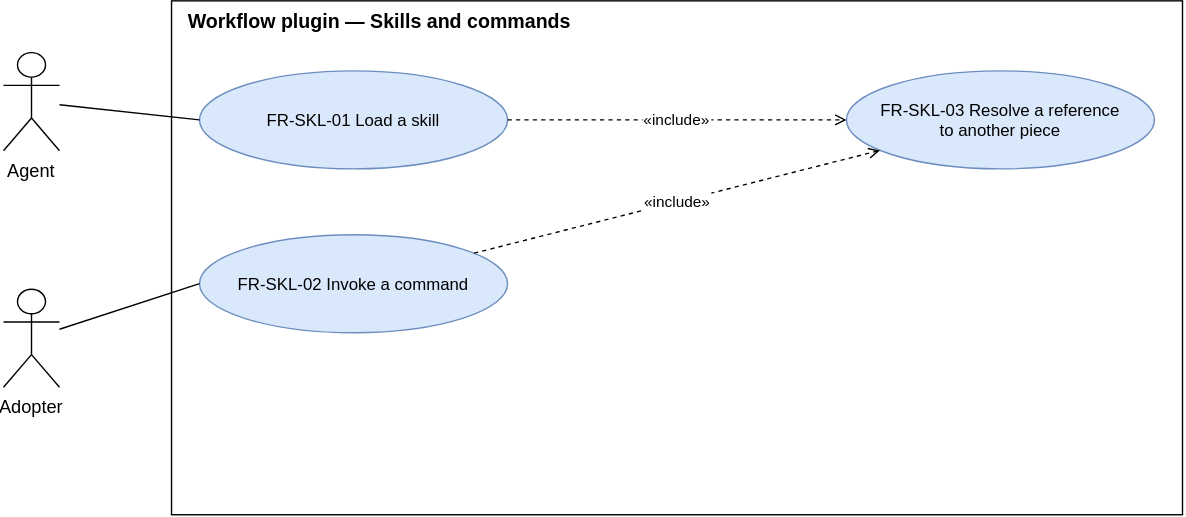
This is docs/requirements/diagrams/use-cases-skills.drawio.svg from ATNexusLab/tightship, a draw.io export, as it was before one commit. Source tidied: cells renumbered, new cells last; positions are measured from the earlier drawing's top-left corner, leaving out a move shared by most shapes.
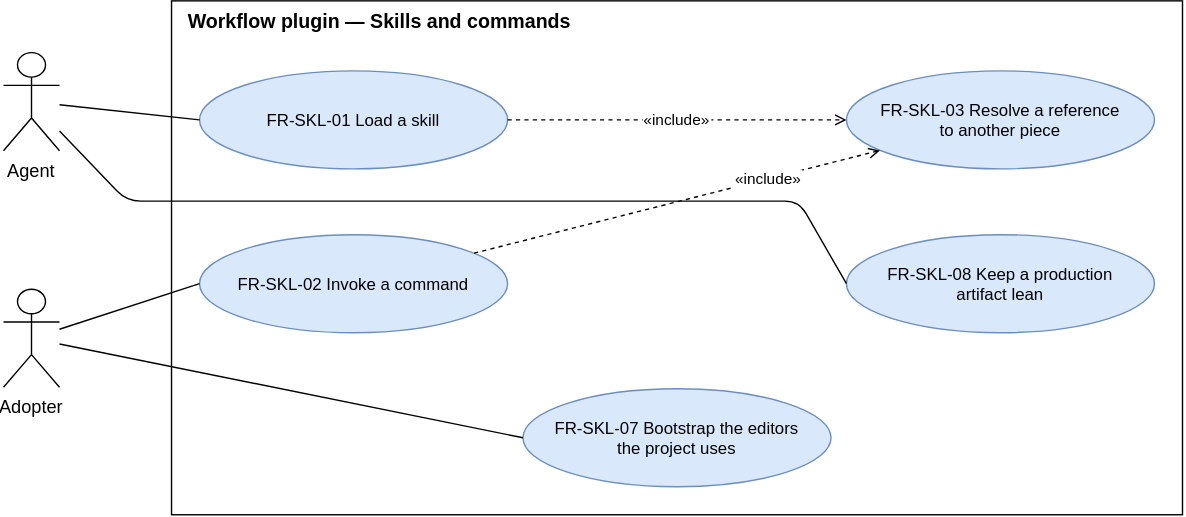
After the commit.

Diff of the diagram source:
```diff
@@ -30,7 +30,24 @@
       <mxGeometry relative="1" as="geometry" />
     </mxCell>
     <mxCell id="11" value="«include»" style="dashed=1;endArrow=open;endFill=0;html=0;fontSize=11;labelBackgroundColor=#ffffff;" parent="1" edge="1" source="4" target="5">
-      <mxGeometry relative="1" as="geometry" />
+      <mxGeometry x="0.45" relative="1" as="geometry" />
     </mxCell>
+    <mxCell id="12" value="FR-SKL-07 Bootstrap the editors&#10;the project uses" style="ellipse;fontSize=12;fillColor=#dae8fc;strokeColor=#6c8ebf;html=0;" parent="1" vertex="1">
+      <mxGeometry x="371" y="277" width="220" height="70" as="geometry" />
+    </mxCell>
+    <mxCell id="13" style="endArrow=none;entryX=0;entryY=0.5;html=0;fontSize=11;labelBackgroundColor=#ffffff;" parent="1" edge="1" source="8" target="12">
+      <mxGeometry relative="1" as="geometry" />
+    </mxCell>
+    <mxCell id="14" value="FR-SKL-08 Keep a production&#10;artifact lean" style="ellipse;fontSize=12;fillColor=#dae8fc;strokeColor=#6c8ebf;html=0;" parent="1" vertex="1">
+      <mxGeometry x="602" y="167" width="220" height="70" as="geometry" />
+    </mxCell>
+    <mxCell id="15" style="endArrow=none;entryX=0;entryY=0.5;html=0;fontSize=11;labelBackgroundColor=#ffffff;" parent="1" edge="1" source="6" target="14">
+      <mxGeometry relative="1" as="geometry">
+        <Array as="points">
+          <mxPoint x="88" y="143" />
+          <mxPoint x="568" y="143" />
+        </Array>
+      </mxGeometry>
+    </mxCell>
   </root>
 </mxGraphModel>
```
